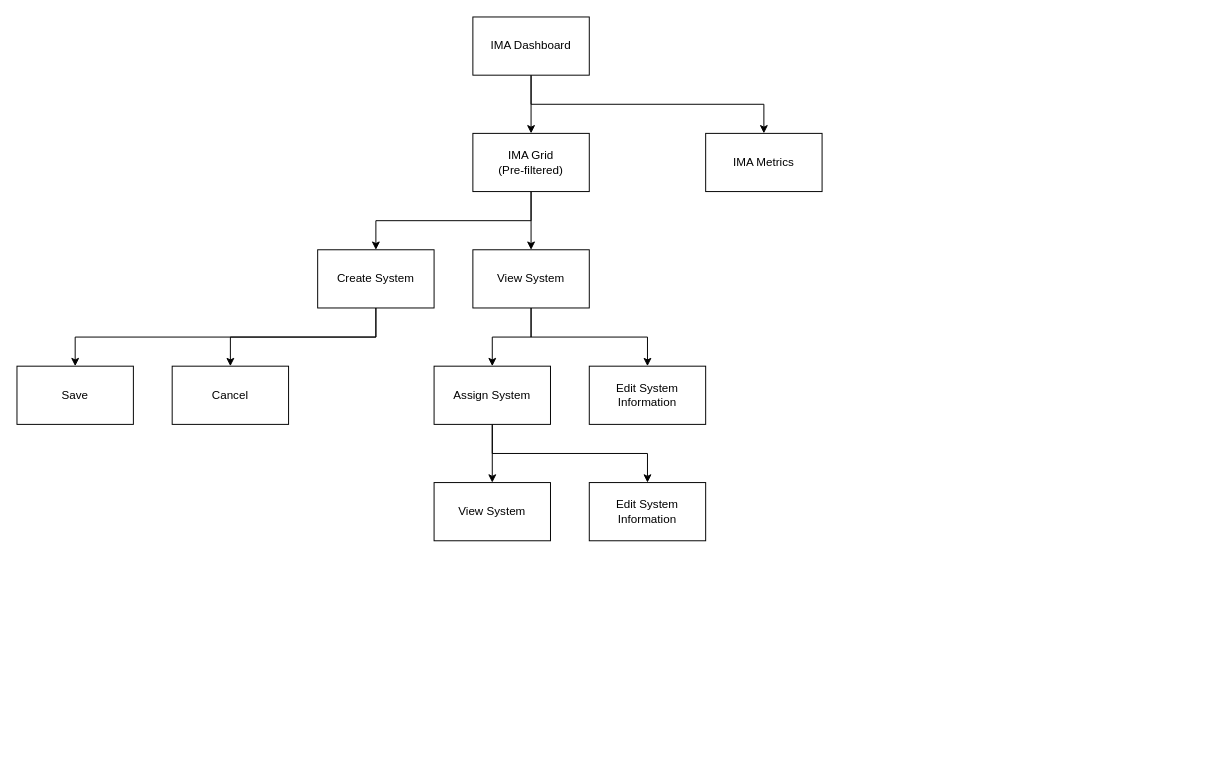
RMSLowside/rmslow keeps this draw.io diagram as page "Pageflow" (4 of 4) of Drawings/IMA Process/IMA Process.drawio. Above is the earlier version. Source tidied: cells renumbered, new cells numbered last; positions are measured from the earlier drawing's top-left corner, leaving out a move shared by most shapes. Both pictures are drawn from the tidied source at 97%, with x=0, y=0 at pixel (16, 16).
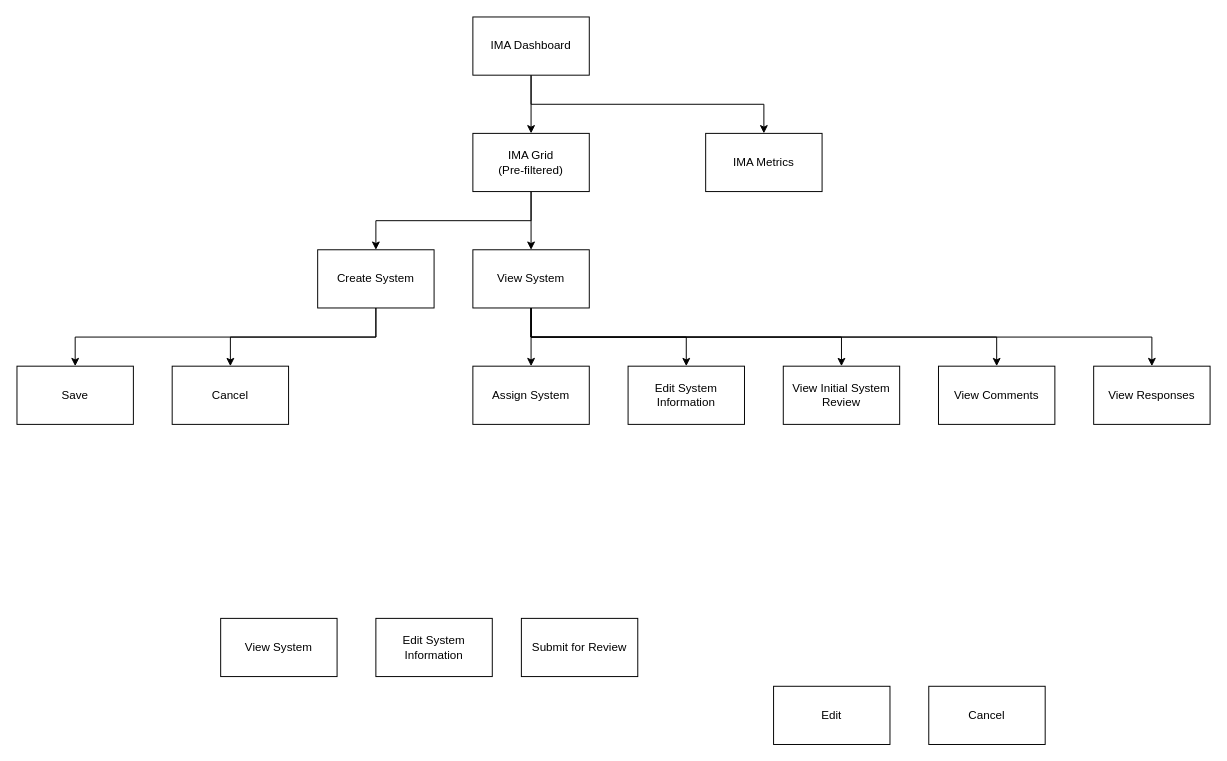
Above is the later version.

The change refers to these unchanged cells:
```xml
<mxCell id="14" value="View System" style="rounded=0;whiteSpace=wrap;html=1;" parent="1" vertex="1">
  <mxGeometry x="470" y="240" width="120" height="60" as="geometry" />
</mxCell>
```

What changed in the source:
```diff
@@
+    <mxCell id="23" style="edgeStyle=orthogonalEdgeStyle;rounded=0;jettySize=auto;html=1;exitX=0.5;exitY=1;exitDx=0;exitDy=0;" parent="1" edge="1" source="14" target="26">
+      <mxGeometry relative="1" as="geometry" />
+    </mxCell>
+    <mxCell id="24" style="edgeStyle=orthogonalEdgeStyle;rounded=0;jettySize=auto;html=1;exitX=0.5;exitY=1;exitDx=0;exitDy=0;entryX=0.5;entryY=0;entryDx=0;entryDy=0;" parent="1" edge="1" source="14" target="30">
+      <mxGeometry relative="1" as="geometry" />
+    </mxCell>
+    <mxCell id="25" style="edgeStyle=orthogonalEdgeStyle;rounded=0;jettySize=auto;html=1;exitX=0.5;exitY=1;exitDx=0;exitDy=0;entryX=0.5;entryY=0;entryDx=0;entryDy=0;" parent="1" edge="1" source="14" target="31">
+      <mxGeometry relative="1" as="geometry" />
+    </mxCell>
@@
-    <mxCell id="17" style="edgeStyle=orthogonalEdgeStyle;rounded=0;jettySize=auto;html=1;exitX=0.5;exitY=1;exitDx=0;exitDy=0;entryX=0.5;entryY=0;entryDx=0;entryDy=0;" parent="1" edge="1" source="19" target="21">
-      <mxGeometry relative="1" as="geometry" />
-    </mxCell>
-    <mxCell id="18" style="edgeStyle=orthogonalEdgeStyle;rounded=0;jettySize=auto;html=1;exitX=0.5;exitY=1;exitDx=0;exitDy=0;entryX=0.5;entryY=0;entryDx=0;entryDy=0;" parent="1" edge="1" source="19" target="22">
-      <mxGeometry relative="1" as="geometry" />
-    </mxCell>
     <mxCell id="19" value="Assign System" style="rounded=0;whiteSpace=wrap;html=1;" parent="1" vertex="1">
-      <mxGeometry x="430" y="360" width="120" height="60" as="geometry" />
+      <mxGeometry x="470" y="360" width="120" height="60" as="geometry" />
     </mxCell>
     <mxCell id="20" value="Edit System Information" style="rounded=0;whiteSpace=wrap;html=1;" parent="1" vertex="1">
-      <mxGeometry x="590" y="360" width="120" height="60" as="geometry" />
+      <mxGeometry x="630" y="360" width="120" height="60" as="geometry" />
     </mxCell>
     <mxCell id="21" value="View System" style="rounded=0;whiteSpace=wrap;html=1;" parent="1" vertex="1">
-      <mxGeometry x="430" y="480" width="120" height="60" as="geometry" />
+      <mxGeometry x="210" y="620" width="120" height="60" as="geometry" />
     </mxCell>
     <mxCell id="22" value="Edit System Information" style="rounded=0;whiteSpace=wrap;html=1;" parent="1" vertex="1">
-      <mxGeometry x="590" y="480" width="120" height="60" as="geometry" />
+      <mxGeometry x="370" y="620" width="120" height="60" as="geometry" />
     </mxCell>
+    <mxCell id="26" value="View Initial System Review" style="rounded=0;whiteSpace=wrap;html=1;" parent="1" vertex="1">
+      <mxGeometry x="790" y="360" width="120" height="60" as="geometry" />
+    </mxCell>
+    <mxCell id="27" value="Edit" style="rounded=0;whiteSpace=wrap;html=1;" parent="1" vertex="1">
+      <mxGeometry x="780" y="690" width="120" height="60" as="geometry" />
+    </mxCell>
+    <mxCell id="28" value="Cancel" style="rounded=0;whiteSpace=wrap;html=1;" parent="1" vertex="1">
+      <mxGeometry x="940" y="690" width="120" height="60" as="geometry" />
+    </mxCell>
+    <mxCell id="29" value="Submit for Review" style="rounded=0;whiteSpace=wrap;html=1;" parent="1" vertex="1">
+      <mxGeometry x="520" y="620" width="120" height="60" as="geometry" />
+    </mxCell>
+    <mxCell id="30" value="View Comments" style="rounded=0;whiteSpace=wrap;html=1;" parent="1" vertex="1">
+      <mxGeometry x="950" y="360" width="120" height="60" as="geometry" />
+    </mxCell>
+    <mxCell id="31" value="View Responses" style="rounded=0;whiteSpace=wrap;html=1;" parent="1" vertex="1">
+      <mxGeometry x="1110" y="360" width="120" height="60" as="geometry" />
+    </mxCell>
```
